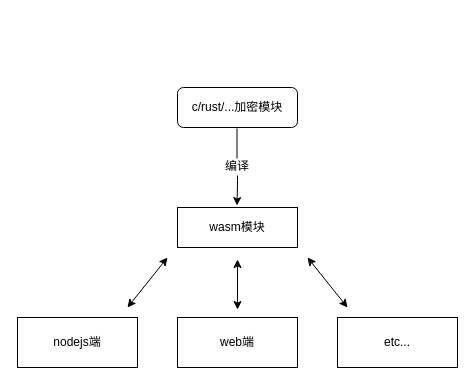
Before: Untitled Diagram.drawio in sologgfun/wasm, a draw.io diagram. Source tidied: cells renumbered, new cells numbered last; positions are measured from the earlier drawing's top-left corner, leaving out a move shared by most shapes. Both pictures are drawn from the tidied source at 100%, with x=0, y=0 at pixel (17, 87).
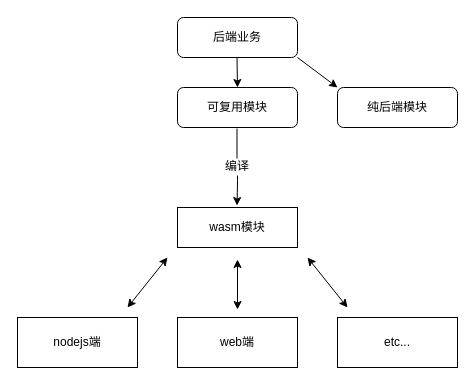
Above is the later version.

What changed in the source:
```diff
@@
-    <mxCell id="2" value="c/rust/...加密模块" style="rounded=1;whiteSpace=wrap;html=1;" parent="1" vertex="1">
+    <mxCell id="2" value="可复用模块" style="rounded=1;whiteSpace=wrap;html=1;" parent="1" vertex="1">
       <mxGeometry x="160" width="120" height="40" as="geometry" />
     </mxCell>
@@
+    <mxCell id="13" value="纯后端模块" style="rounded=1;whiteSpace=wrap;html=1;" parent="1" vertex="1">
+      <mxGeometry x="320" width="120" height="40" as="geometry" />
+    </mxCell>
+    <mxCell id="14" value="后端业务" style="rounded=1;whiteSpace=wrap;html=1;" parent="1" vertex="1">
+      <mxGeometry x="160" y="-70" width="120" height="40" as="geometry" />
+    </mxCell>
+    <mxCell id="15" style="endArrow=classic;html=1;" parent="1" edge="1">
+      <mxGeometry relative="1" as="geometry">
+        <mxPoint x="219.5" y="-30" as="sourcePoint" />
+        <mxPoint x="220" as="targetPoint" />
+      </mxGeometry>
+    </mxCell>
+    <mxCell id="16" style="endArrow=classic;html=1;entryX=0;entryY=0;entryDx=0;entryDy=0;" parent="1" edge="1" target="13">
+      <mxGeometry relative="1" as="geometry">
+        <mxPoint x="280" y="-30" as="sourcePoint" />
+      </mxGeometry>
+    </mxCell>
```
